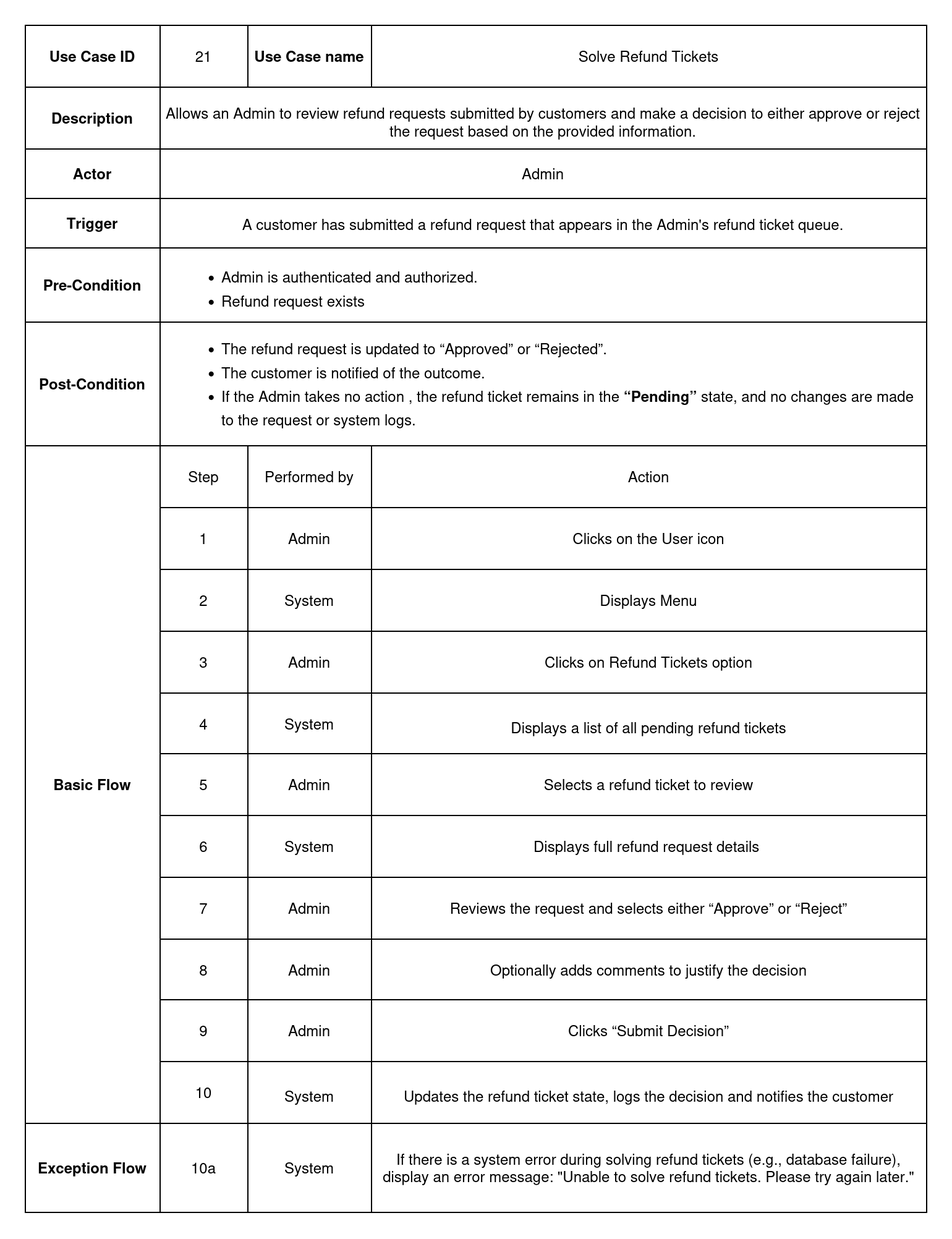
The draw.io diagram documentation/Images/usecase_metadata_card/uc_21_solve_refund_tickets.drawio.png in auphong2707/pttkht-laptopshop-management-web-application, before a commit. Source tidied: cells renumbered, new cells last; positions are measured from the earlier drawing's top-left corner, leaving out a move shared by most shapes.
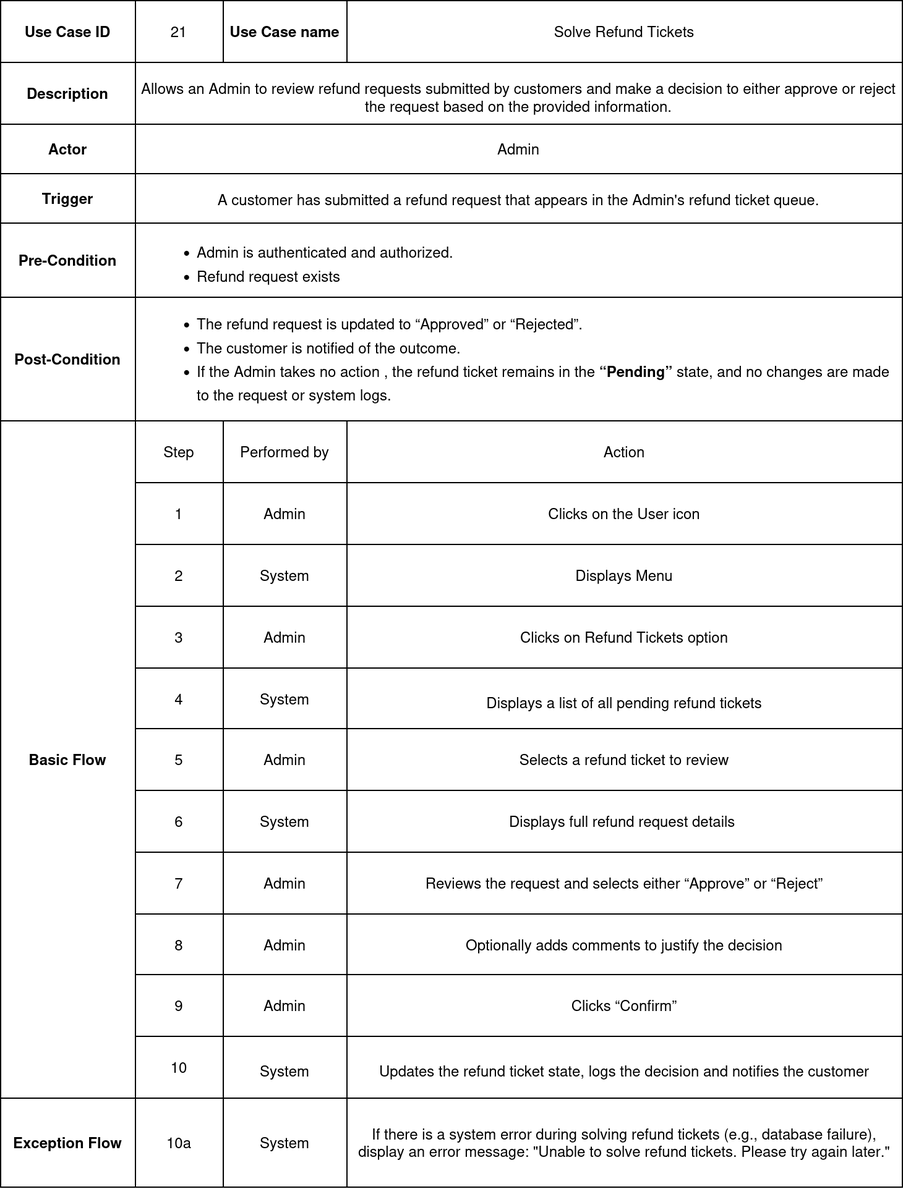
The same diagram one commit later.

The edit, as a diff of the source:
```diff
@@ -185,7 +185,7 @@
     <mxCell id="62" value="Admin" style="shape=partialRectangle;html=1;whiteSpace=wrap;strokeColor=inherit;overflow=hidden;fillColor=none;top=0;left=0;bottom=0;right=0;" parent="60" vertex="1">
       <mxGeometry x="180" width="100" height="50" as="geometry" />
     </mxCell>
-    <mxCell id="63" value="Clicks “Submit Decision”" style="shape=partialRectangle;html=1;whiteSpace=wrap;strokeColor=inherit;overflow=hidden;fillColor=none;top=0;left=0;bottom=0;right=0;" parent="60" vertex="1">
+    <mxCell id="63" value="Clicks “Confirm”" style="shape=partialRectangle;html=1;whiteSpace=wrap;strokeColor=inherit;overflow=hidden;fillColor=none;top=0;left=0;bottom=0;right=0;" parent="60" vertex="1">
       <mxGeometry x="280" width="449" height="50" as="geometry" />
     </mxCell>
     <mxCell id="64" style="shape=tableRow;horizontal=0;startSize=0;swimlaneHead=0;swimlaneBody=0;strokeColor=inherit;top=0;left=0;bottom=0;right=0;fillColor=none;" parent="2" vertex="1">
```
